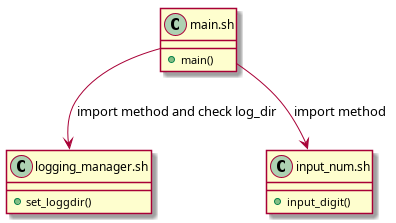
Above: docs/user-input_activity.png in Jumacde/shellscript_whileloop (PlantUML), before the change. Its source is kept beside it as docs/user-input_activity.puml.
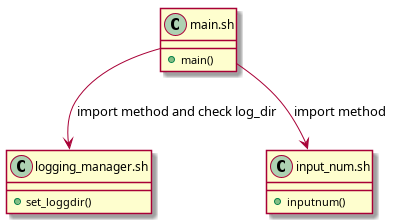
After the commit.

Diff of the diagram source:
```diff
@@ -6,7 +6,7 @@
 		+set_loggdir()
 }
 	class "input_num.sh" as inputnum {
-		+input_digit()
+		+inputnum()
 }
 
 main --> logging: import method and check log_dir
```
